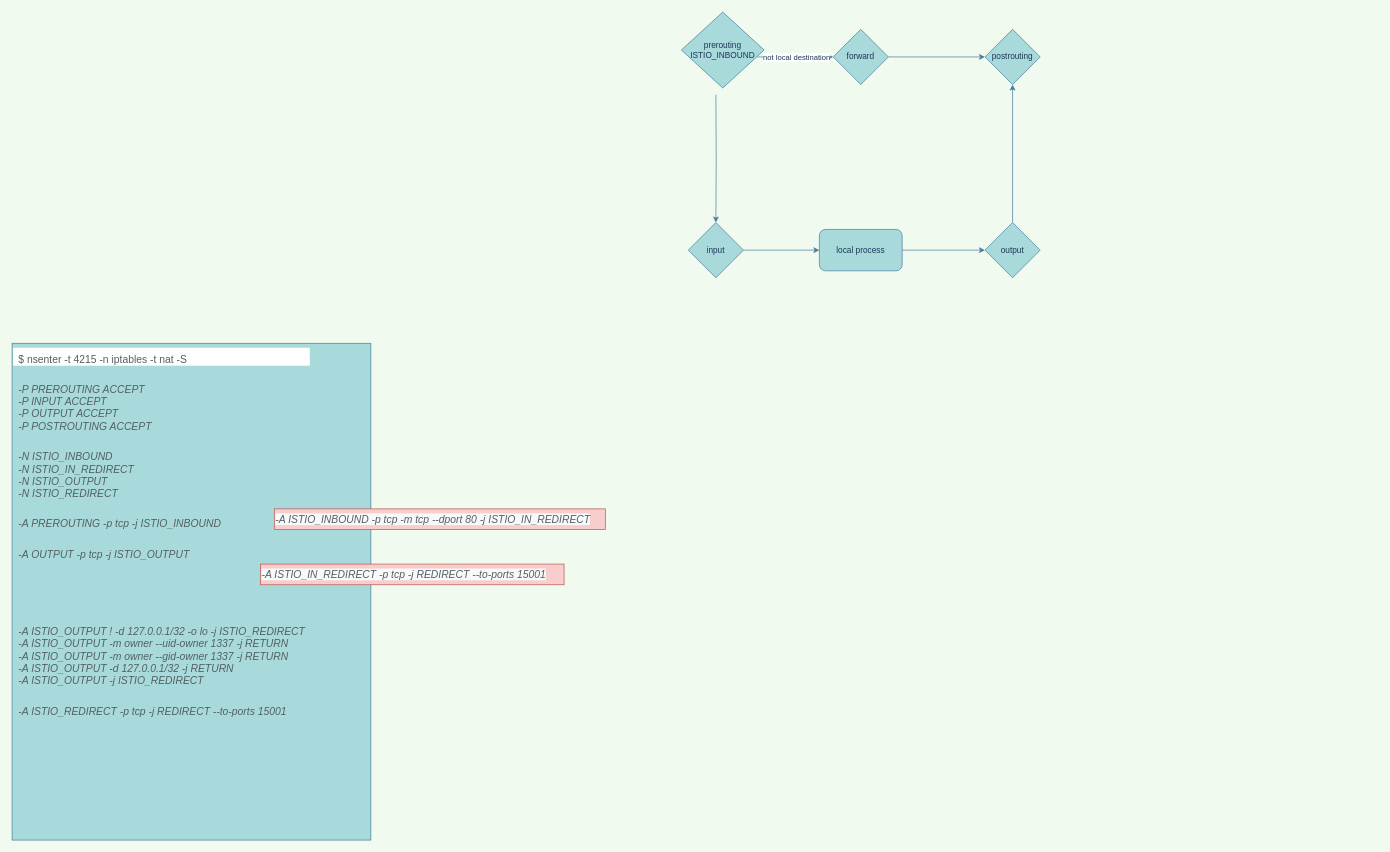
xu1zhou/Documents keeps this draw.io diagram as istio_sidecar_iptables_rules.drawio. Above is the earlier version. Source tidied: cells renumbered, new cells numbered last; positions are measured from the earlier drawing's top-left corner, leaving out a move shared by most shapes. Both pictures are drawn from the tidied source at 69%, with x=0, y=0 at pixel (12, 12).
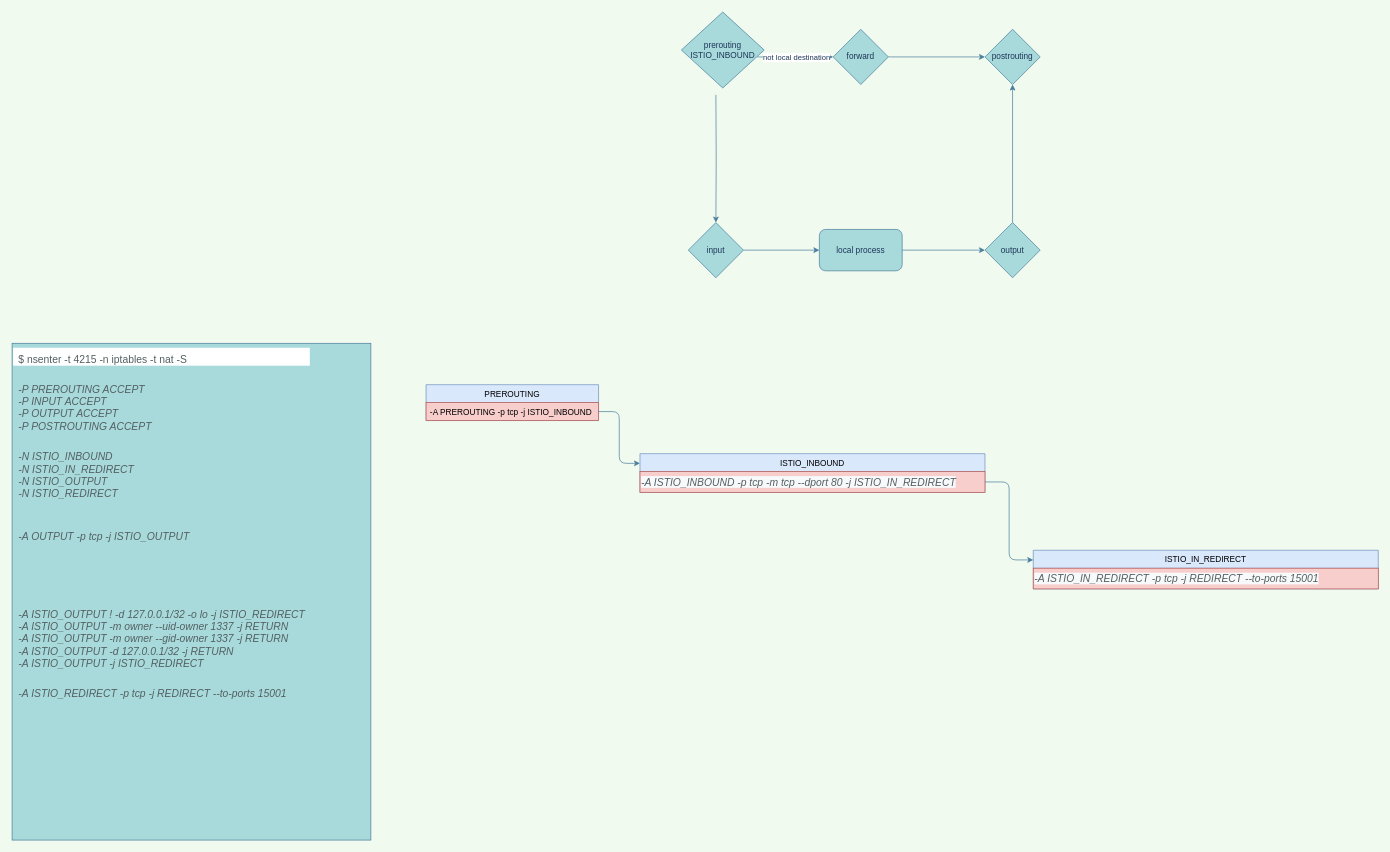
The same page after the edit.

Change to the diagram source:
```diff
@@
-    <mxCell id="2" value="&lt;div class=&quot;command&quot; style=&quot;box-sizing: border-box ; margin: 0px ; padding: 0.5em 0.5em 0px ; border: 0px ; font-style: normal ; font-weight: 400 ; font-stretch: inherit ; line-height: inherit ; vertical-align: baseline ; color: rgb(83 , 95 , 97) ; letter-spacing: normal ; text-align: left ; text-indent: 0px ; text-transform: none ; word-spacing: 0px ; background-color: rgb(255 , 255 , 255) ; font-size: 15px&quot;&gt;&lt;font style=&quot;font-size: 15px&quot;&gt;$ nsenter -t 4215 -n iptables -t nat -S&lt;br&gt;&lt;/font&gt;&lt;/div&gt;&lt;div class=&quot;output&quot; style=&quot;box-sizing: border-box ; margin: 0px ; padding: 0px 0.5em 0.5em ; border: 0px ; font-style: italic ; font-weight: 400 ; font-stretch: inherit ; line-height: inherit ; vertical-align: baseline ; color: rgb(83 , 95 , 97) ; float: left ; clear: left ; min-width: 100% ; letter-spacing: normal ; text-align: left ; text-indent: 0px ; text-transform: none ; word-spacing: 0px ; font-size: 15px&quot;&gt;&lt;font style=&quot;font-size: 15px&quot;&gt;&lt;br&gt;&lt;/font&gt;&lt;/div&gt;&lt;div class=&quot;output&quot; style=&quot;box-sizing: border-box ; margin: 0px ; padding: 0px 0.5em 0.5em ; border: 0px ; font-style: italic ; font-weight: 400 ; font-stretch: inherit ; line-height: inherit ; vertical-align: baseline ; color: rgb(83 , 95 , 97) ; float: left ; clear: left ; min-width: 100% ; letter-spacing: normal ; text-align: left ; text-indent: 0px ; text-transform: none ; word-spacing: 0px ; font-size: 15px&quot;&gt;&lt;font style=&quot;font-size: 15px&quot;&gt;-P PREROUTING ACCEPT&lt;br&gt;-P INPUT ACCEPT&lt;br&gt;-P OUTPUT ACCEPT&lt;br&gt;-P POSTROUTING ACCEPT&lt;br&gt;&lt;br&gt;&lt;/font&gt;&lt;/div&gt;&lt;div class=&quot;output&quot; style=&quot;box-sizing: border-box ; margin: 0px ; padding: 0px 0.5em 0.5em ; border: 0px ; font-style: italic ; font-weight: 400 ; font-stretch: inherit ; line-height: inherit ; vertical-align: baseline ; color: rgb(83 , 95 , 97) ; float: left ; clear: left ; min-width: 100% ; letter-spacing: normal ; text-align: left ; text-indent: 0px ; text-transform: none ; word-spacing: 0px ; font-size: 15px&quot;&gt;&lt;font style=&quot;font-size: 15px&quot;&gt;-N ISTIO_INBOUND&lt;br&gt;-N ISTIO_IN_REDIRECT&lt;br&gt;-N ISTIO_OUTPUT&lt;br&gt;-N ISTIO_REDIRECT&lt;br&gt;&lt;br&gt;&lt;/font&gt;&lt;/div&gt;&lt;div class=&quot;output&quot; style=&quot;box-sizing: border-box ; margin: 0px ; padding: 0px 0.5em 0.5em ; border: 0px ; font-style: italic ; font-weight: 400 ; font-stretch: inherit ; line-height: inherit ; vertical-align: baseline ; color: rgb(83 , 95 , 97) ; float: left ; clear: left ; min-width: 100% ; letter-spacing: normal ; text-align: left ; text-indent: 0px ; text-transform: none ; word-spacing: 0px ; font-size: 15px&quot;&gt;&lt;font style=&quot;font-size: 15px&quot;&gt;-A PREROUTING -p tcp -j ISTIO_INBOUND&amp;nbsp;&amp;nbsp;&lt;/font&gt;&lt;/div&gt;&lt;div class=&quot;output&quot; style=&quot;box-sizing: border-box ; margin: 0px ; padding: 0px 0.5em 0.5em ; border: 0px ; font-style: italic ; font-weight: 400 ; font-stretch: inherit ; line-height: inherit ; vertical-align: baseline ; color: rgb(83 , 95 , 97) ; float: left ; clear: left ; min-width: 100% ; letter-spacing: normal ; text-align: left ; text-indent: 0px ; text-transform: none ; word-spacing: 0px ; font-size: 15px&quot;&gt;&lt;font style=&quot;font-size: 15px&quot;&gt;&lt;br&gt;-A OUTPUT -p tcp -j ISTIO_OUTPUT&lt;/font&gt;&lt;/div&gt;&lt;div class=&quot;output&quot; style=&quot;box-sizing: border-box ; margin: 0px ; padding: 0px 0.5em 0.5em ; border: 0px ; font-style: italic ; font-weight: 400 ; font-stretch: inherit ; line-height: inherit ; vertical-align: baseline ; color: rgb(83 , 95 , 97) ; float: left ; clear: left ; min-width: 100% ; letter-spacing: normal ; text-align: left ; text-indent: 0px ; text-transform: none ; word-spacing: 0px ; font-size: 15px&quot;&gt;&lt;font style=&quot;font-size: 15px&quot;&gt;&lt;br&gt;&lt;br&gt;&lt;/font&gt;&lt;/div&gt;&lt;div class=&quot;output&quot; style=&quot;box-sizing: border-box ; margin: 0px ; padding: 0px 0.5em 0.5em ; border: 0px ; font-style: italic ; font-weight: 400 ; font-stretch: inherit ; line-height: inherit ; vertical-align: baseline ; color: rgb(83 , 95 , 97) ; float: left ; clear: left ; min-width: 100% ; letter-spacing: normal ; text-align: left ; text-indent: 0px ; text-transform: none ; word-spacing: 0px ; font-size: 15px&quot;&gt;&lt;font style=&quot;font-size: 15px&quot;&gt;&lt;br&gt;&lt;br&gt;&lt;/font&gt;&lt;/div&gt;&lt;div class=&quot;output&quot; style=&quot;box-sizing: border-box ; margin: 0px ; padding: 0px 0.5em 0.5em ; border: 0px ; font-style: italic ; font-weight: 400 ; font-stretch: inherit ; line-height: inherit ; vertical-align: baseline ; color: rgb(83 , 95 , 97) ; float: left ; clear: left ; min-width: 100% ; letter-spacing: normal ; text-align: left ; text-indent: 0px ; text-transform: none ; word-spacing: 0px ; font-size: 15px&quot;&gt;&lt;font style=&quot;font-size: 15px&quot;&gt;-A ISTIO_OUTPUT ! -d 127.0.0.1/32 -o lo -j ISTIO_REDIRECT&lt;br&gt;-A ISTIO_OUTPUT -m owner --uid-owner 1337 -j RETURN&lt;br&gt;-A ISTIO_OUTPUT -m owner --gid-owner 1337 -j RETURN&lt;br&gt;-A ISTIO_OUTPUT -d 127.0.0.1/32 -j RETURN&lt;br&gt;-A ISTIO_OUTPUT -j ISTIO_REDIRECT&lt;br&gt;&lt;br&gt;&lt;/font&gt;&lt;/div&gt;&lt;div class=&quot;output&quot; style=&quot;box-sizing: border-box ; margin: 0px ; padding: 0px 0.5em 0.5em ; border: 0px ; font-style: italic ; font-weight: 400 ; font-stretch: inherit ; line-height: inherit ; vertical-align: baseline ; color: rgb(83 , 95 , 97) ; float: left ; clear: left ; min-width: 100% ; letter-spacing: normal ; text-align: left ; text-indent: 0px ; text-transform: none ; word-spacing: 0px ; font-size: 15px&quot;&gt;&lt;font style=&quot;font-size: 15px&quot;&gt;-A ISTIO_REDIRECT -p tcp -j REDIRECT --to-ports 15001&lt;/font&gt;&lt;/div&gt;&lt;div class=&quot;output&quot; style=&quot;box-sizing: border-box ; margin: 0px ; padding: 0px 0.5em 0.5em ; border: 0px ; font-style: italic ; font-weight: 400 ; font-stretch: inherit ; line-height: inherit ; vertical-align: baseline ; color: rgb(83 , 95 , 97) ; float: left ; clear: left ; min-width: 100% ; letter-spacing: normal ; text-align: left ; text-indent: 0px ; text-transform: none ; word-spacing: 0px ; font-size: 15px&quot;&gt;&lt;font style=&quot;font-size: 15px&quot;&gt;&lt;br&gt;&lt;/font&gt;&lt;/div&gt;&lt;div class=&quot;output&quot; style=&quot;box-sizing: border-box ; margin: 0px ; padding: 0px 0.5em 0.5em ; border: 0px ; font-style: italic ; font-weight: 400 ; font-stretch: inherit ; line-height: inherit ; vertical-align: baseline ; color: rgb(83 , 95 , 97) ; float: left ; clear: left ; min-width: 100% ; letter-spacing: normal ; text-align: left ; text-indent: 0px ; text-transform: none ; word-spacing: 0px ; font-size: 15px&quot;&gt;&lt;font style=&quot;font-size: 15px&quot;&gt;&lt;br&gt;&lt;/font&gt;&lt;/div&gt;&lt;div class=&quot;output&quot; style=&quot;box-sizing: border-box ; margin: 0px ; padding: 0px 0.5em 0.5em ; border: 0px ; font-style: italic ; font-weight: 400 ; font-stretch: inherit ; line-height: inherit ; vertical-align: baseline ; color: rgb(83 , 95 , 97) ; float: left ; clear: left ; min-width: 100% ; letter-spacing: normal ; text-align: left ; text-indent: 0px ; text-transform: none ; word-spacing: 0px ; font-size: 15px&quot;&gt;&lt;font style=&quot;font-size: 15px&quot;&gt;&lt;br&gt;&lt;/font&gt;&lt;/div&gt;" style="text;whiteSpace=wrap;html=1;fillColor=#A8DADC;strokeColor=#457B9D;fontColor=#1D3557;" parent="1" vertex="1">
+    <mxCell id="2" value="&lt;div class=&quot;command&quot; style=&quot;box-sizing: border-box ; margin: 0px ; padding: 0.5em 0.5em 0px ; border: 0px ; font-style: normal ; font-weight: 400 ; font-stretch: inherit ; line-height: inherit ; vertical-align: baseline ; color: rgb(83 , 95 , 97) ; letter-spacing: normal ; text-align: left ; text-indent: 0px ; text-transform: none ; word-spacing: 0px ; background-color: rgb(255 , 255 , 255) ; font-size: 15px&quot;&gt;&lt;font style=&quot;font-size: 15px&quot;&gt;$ nsenter -t 4215 -n iptables -t nat -S&lt;br&gt;&lt;/font&gt;&lt;/div&gt;&lt;div class=&quot;output&quot; style=&quot;box-sizing: border-box ; margin: 0px ; padding: 0px 0.5em 0.5em ; border: 0px ; font-style: italic ; font-weight: 400 ; font-stretch: inherit ; line-height: inherit ; vertical-align: baseline ; color: rgb(83 , 95 , 97) ; float: left ; clear: left ; min-width: 100% ; letter-spacing: normal ; text-align: left ; text-indent: 0px ; text-transform: none ; word-spacing: 0px ; font-size: 15px&quot;&gt;&lt;font style=&quot;font-size: 15px&quot;&gt;&lt;br&gt;&lt;/font&gt;&lt;/div&gt;&lt;div class=&quot;output&quot; style=&quot;box-sizing: border-box ; margin: 0px ; padding: 0px 0.5em 0.5em ; border: 0px ; font-style: italic ; font-weight: 400 ; font-stretch: inherit ; line-height: inherit ; vertical-align: baseline ; color: rgb(83 , 95 , 97) ; float: left ; clear: left ; min-width: 100% ; letter-spacing: normal ; text-align: left ; text-indent: 0px ; text-transform: none ; word-spacing: 0px ; font-size: 15px&quot;&gt;&lt;font style=&quot;font-size: 15px&quot;&gt;-P PREROUTING ACCEPT&lt;br&gt;-P INPUT ACCEPT&lt;br&gt;-P OUTPUT ACCEPT&lt;br&gt;-P POSTROUTING ACCEPT&lt;br&gt;&lt;br&gt;&lt;/font&gt;&lt;/div&gt;&lt;div class=&quot;output&quot; style=&quot;box-sizing: border-box ; margin: 0px ; padding: 0px 0.5em 0.5em ; border: 0px ; font-style: italic ; font-weight: 400 ; font-stretch: inherit ; line-height: inherit ; vertical-align: baseline ; color: rgb(83 , 95 , 97) ; float: left ; clear: left ; min-width: 100% ; letter-spacing: normal ; text-align: left ; text-indent: 0px ; text-transform: none ; word-spacing: 0px ; font-size: 15px&quot;&gt;&lt;font style=&quot;font-size: 15px&quot;&gt;-N ISTIO_INBOUND&lt;br&gt;-N ISTIO_IN_REDIRECT&lt;br&gt;-N ISTIO_OUTPUT&lt;br&gt;-N ISTIO_REDIRECT&lt;br&gt;&lt;br&gt;&lt;/font&gt;&lt;/div&gt;&lt;br&gt;&lt;div class=&quot;output&quot; style=&quot;box-sizing: border-box ; margin: 0px ; padding: 0px 0.5em 0.5em ; border: 0px ; font-style: italic ; font-weight: 400 ; font-stretch: inherit ; line-height: inherit ; vertical-align: baseline ; color: rgb(83 , 95 , 97) ; float: left ; clear: left ; min-width: 100% ; letter-spacing: normal ; text-align: left ; text-indent: 0px ; text-transform: none ; word-spacing: 0px ; font-size: 15px&quot;&gt;&lt;font style=&quot;font-size: 15px&quot;&gt;&lt;br&gt;-A OUTPUT -p tcp -j ISTIO_OUTPUT&lt;/font&gt;&lt;/div&gt;&lt;div class=&quot;output&quot; style=&quot;box-sizing: border-box ; margin: 0px ; padding: 0px 0.5em 0.5em ; border: 0px ; font-style: italic ; font-weight: 400 ; font-stretch: inherit ; line-height: inherit ; vertical-align: baseline ; color: rgb(83 , 95 , 97) ; float: left ; clear: left ; min-width: 100% ; letter-spacing: normal ; text-align: left ; text-indent: 0px ; text-transform: none ; word-spacing: 0px ; font-size: 15px&quot;&gt;&lt;font style=&quot;font-size: 15px&quot;&gt;&lt;br&gt;&lt;br&gt;&lt;/font&gt;&lt;/div&gt;&lt;div class=&quot;output&quot; style=&quot;box-sizing: border-box ; margin: 0px ; padding: 0px 0.5em 0.5em ; border: 0px ; font-style: italic ; font-weight: 400 ; font-stretch: inherit ; line-height: inherit ; vertical-align: baseline ; color: rgb(83 , 95 , 97) ; float: left ; clear: left ; min-width: 100% ; letter-spacing: normal ; text-align: left ; text-indent: 0px ; text-transform: none ; word-spacing: 0px ; font-size: 15px&quot;&gt;&lt;font style=&quot;font-size: 15px&quot;&gt;&lt;br&gt;&lt;br&gt;&lt;/font&gt;&lt;/div&gt;&lt;div class=&quot;output&quot; style=&quot;box-sizing: border-box ; margin: 0px ; padding: 0px 0.5em 0.5em ; border: 0px ; font-style: italic ; font-weight: 400 ; font-stretch: inherit ; line-height: inherit ; vertical-align: baseline ; color: rgb(83 , 95 , 97) ; float: left ; clear: left ; min-width: 100% ; letter-spacing: normal ; text-align: left ; text-indent: 0px ; text-transform: none ; word-spacing: 0px ; font-size: 15px&quot;&gt;&lt;font style=&quot;font-size: 15px&quot;&gt;-A ISTIO_OUTPUT ! -d 127.0.0.1/32 -o lo -j ISTIO_REDIRECT&lt;br&gt;-A ISTIO_OUTPUT -m owner --uid-owner 1337 -j RETURN&lt;br&gt;-A ISTIO_OUTPUT -m owner --gid-owner 1337 -j RETURN&lt;br&gt;-A ISTIO_OUTPUT -d 127.0.0.1/32 -j RETURN&lt;br&gt;-A ISTIO_OUTPUT -j ISTIO_REDIRECT&lt;br&gt;&lt;br&gt;&lt;/font&gt;&lt;/div&gt;&lt;div class=&quot;output&quot; style=&quot;box-sizing: border-box ; margin: 0px ; padding: 0px 0.5em 0.5em ; border: 0px ; font-style: italic ; font-weight: 400 ; font-stretch: inherit ; line-height: inherit ; vertical-align: baseline ; color: rgb(83 , 95 , 97) ; float: left ; clear: left ; min-width: 100% ; letter-spacing: normal ; text-align: left ; text-indent: 0px ; text-transform: none ; word-spacing: 0px ; font-size: 15px&quot;&gt;&lt;font style=&quot;font-size: 15px&quot;&gt;-A ISTIO_REDIRECT -p tcp -j REDIRECT --to-ports 15001&lt;/font&gt;&lt;/div&gt;&lt;div class=&quot;output&quot; style=&quot;box-sizing: border-box ; margin: 0px ; padding: 0px 0.5em 0.5em ; border: 0px ; font-style: italic ; font-weight: 400 ; font-stretch: inherit ; line-height: inherit ; vertical-align: baseline ; color: rgb(83 , 95 , 97) ; float: left ; clear: left ; min-width: 100% ; letter-spacing: normal ; text-align: left ; text-indent: 0px ; text-transform: none ; word-spacing: 0px ; font-size: 15px&quot;&gt;&lt;font style=&quot;font-size: 15px&quot;&gt;&lt;br&gt;&lt;/font&gt;&lt;/div&gt;&lt;div class=&quot;output&quot; style=&quot;box-sizing: border-box ; margin: 0px ; padding: 0px 0.5em 0.5em ; border: 0px ; font-style: italic ; font-weight: 400 ; font-stretch: inherit ; line-height: inherit ; vertical-align: baseline ; color: rgb(83 , 95 , 97) ; float: left ; clear: left ; min-width: 100% ; letter-spacing: normal ; text-align: left ; text-indent: 0px ; text-transform: none ; word-spacing: 0px ; font-size: 15px&quot;&gt;&lt;font style=&quot;font-size: 15px&quot;&gt;&lt;br&gt;&lt;/font&gt;&lt;/div&gt;&lt;div class=&quot;output&quot; style=&quot;box-sizing: border-box ; margin: 0px ; padding: 0px 0.5em 0.5em ; border: 0px ; font-style: italic ; font-weight: 400 ; font-stretch: inherit ; line-height: inherit ; vertical-align: baseline ; color: rgb(83 , 95 , 97) ; float: left ; clear: left ; min-width: 100% ; letter-spacing: normal ; text-align: left ; text-indent: 0px ; text-transform: none ; word-spacing: 0px ; font-size: 15px&quot;&gt;&lt;font style=&quot;font-size: 15px&quot;&gt;&lt;br&gt;&lt;/font&gt;&lt;/div&gt;" style="text;whiteSpace=wrap;html=1;fillColor=#A8DADC;strokeColor=#457B9D;fontColor=#1D3557;" parent="1" vertex="1">
       <mxGeometry y="480" width="520" height="720" as="geometry" />
     </mxCell>
@@
+    <mxCell id="18" value="PREROUTING" style="swimlane;fontStyle=0;horizontal=1;startSize=26;fillColor=#dae8fc;rounded=0;sketch=0;strokeColor=#6c8ebf;" parent="1" vertex="1">
+      <mxGeometry x="600" y="540" width="250" height="52" as="geometry" />
+    </mxCell>
+    <mxCell id="19" value="-A PREROUTING -p tcp -j ISTIO_INBOUND  " style="text;strokeColor=#b85450;fillColor=#f8cecc;align=left;verticalAlign=top;spacingLeft=4;spacingRight=4;overflow=hidden;points=[[0,0.5],[1,0.5]];portConstraint=eastwest;" parent="18" vertex="1">
+      <mxGeometry y="26" width="250" height="26" as="geometry" />
+    </mxCell>
+    <mxCell id="20" value="ISTIO_INBOUND" style="swimlane;fontStyle=0;horizontal=1;startSize=26;fillColor=#dae8fc;rounded=0;sketch=0;strokeColor=#6c8ebf;" parent="1" vertex="1">
+      <mxGeometry x="910" y="640" width="500" height="56" as="geometry" />
+    </mxCell>
-    <mxCell id="16" value="&lt;span style=&quot;color: rgb(83, 95, 97); font-family: helvetica; font-size: 15px; font-style: italic; font-weight: 400; letter-spacing: normal; text-align: left; text-indent: 0px; text-transform: none; word-spacing: 0px; background-color: rgb(248, 249, 250); display: inline; float: none;&quot;&gt;-A ISTIO_INBOUND -p tcp -m tcp --dport 80 -j ISTIO_IN_REDIRECT&lt;/span&gt;&lt;br style=&quot;color: rgb(83, 95, 97); font-family: helvetica; font-size: 15px; font-style: italic; font-weight: 400; letter-spacing: normal; text-align: left; text-indent: 0px; text-transform: none; word-spacing: 0px; background-color: rgb(248, 249, 250);&quot;&gt;" style="text;whiteSpace=wrap;html=1;fillColor=#f8cecc;strokeColor=#b85450;" parent="1" vertex="1">
-      <mxGeometry x="380" y="720" width="480" height="30" as="geometry" />
+    <mxCell id="16" value="&lt;span style=&quot;color: rgb(83, 95, 97); font-family: helvetica; font-size: 15px; font-style: italic; font-weight: 400; letter-spacing: normal; text-align: left; text-indent: 0px; text-transform: none; word-spacing: 0px; background-color: rgb(248, 249, 250); display: inline; float: none;&quot;&gt;-A ISTIO_INBOUND -p tcp -m tcp --dport 80 -j ISTIO_IN_REDIRECT&lt;/span&gt;&lt;br style=&quot;color: rgb(83, 95, 97); font-family: helvetica; font-size: 15px; font-style: italic; font-weight: 400; letter-spacing: normal; text-align: left; text-indent: 0px; text-transform: none; word-spacing: 0px; background-color: rgb(248, 249, 250);&quot;&gt;" style="text;whiteSpace=wrap;html=1;fillColor=#f8cecc;strokeColor=#b85450;" parent="20" vertex="1">
+      <mxGeometry y="26" width="500" height="30" as="geometry" />
     </mxCell>
+    <mxCell id="21" style="edgeStyle=orthogonalEdgeStyle;curved=0;rounded=1;sketch=0;jettySize=auto;html=1;entryX=0;entryY=0.25;entryDx=0;entryDy=0;strokeColor=#457B9D;fillColor=#A8DADC;fontColor=#1D3557;" parent="1" edge="1" source="19" target="20">
+      <mxGeometry relative="1" as="geometry" />
+    </mxCell>
+    <mxCell id="22" value="ISTIO_IN_REDIRECT" style="swimlane;fontStyle=0;horizontal=1;startSize=26;fillColor=#dae8fc;rounded=0;sketch=0;strokeColor=#6c8ebf;" parent="1" vertex="1">
+      <mxGeometry x="1480" y="780" width="500" height="56" as="geometry" />
+    </mxCell>
-    <mxCell id="17" value="&lt;span style=&quot;color: rgb(83, 95, 97); font-family: helvetica; font-size: 15px; font-style: italic; font-weight: 400; letter-spacing: normal; text-align: left; text-indent: 0px; text-transform: none; word-spacing: 0px; background-color: rgb(248, 249, 250); display: inline; float: none;&quot;&gt;-A ISTIO_IN_REDIRECT -p tcp -j REDIRECT --to-ports 15001&lt;/span&gt;" style="text;whiteSpace=wrap;html=1;fillColor=#f8cecc;strokeColor=#b85450;" parent="1" vertex="1">
-      <mxGeometry x="360" y="800" width="440" height="30" as="geometry" />
+    <mxCell id="17" value="&lt;span style=&quot;color: rgb(83, 95, 97); font-family: helvetica; font-size: 15px; font-style: italic; font-weight: 400; letter-spacing: normal; text-align: left; text-indent: 0px; text-transform: none; word-spacing: 0px; background-color: rgb(248, 249, 250); display: inline; float: none;&quot;&gt;-A ISTIO_IN_REDIRECT -p tcp -j REDIRECT --to-ports 15001&lt;/span&gt;" style="text;whiteSpace=wrap;html=1;fillColor=#f8cecc;strokeColor=#b85450;" parent="22" vertex="1">
+      <mxGeometry y="26" width="500" height="30" as="geometry" />
     </mxCell>
+    <mxCell id="23" style="edgeStyle=orthogonalEdgeStyle;curved=0;rounded=1;sketch=0;jettySize=auto;html=1;entryX=0;entryY=0.25;entryDx=0;entryDy=0;strokeColor=#457B9D;fillColor=#A8DADC;fontColor=#1D3557;" parent="1" edge="1" source="16" target="22">
+      <mxGeometry relative="1" as="geometry" />
+    </mxCell>
```
